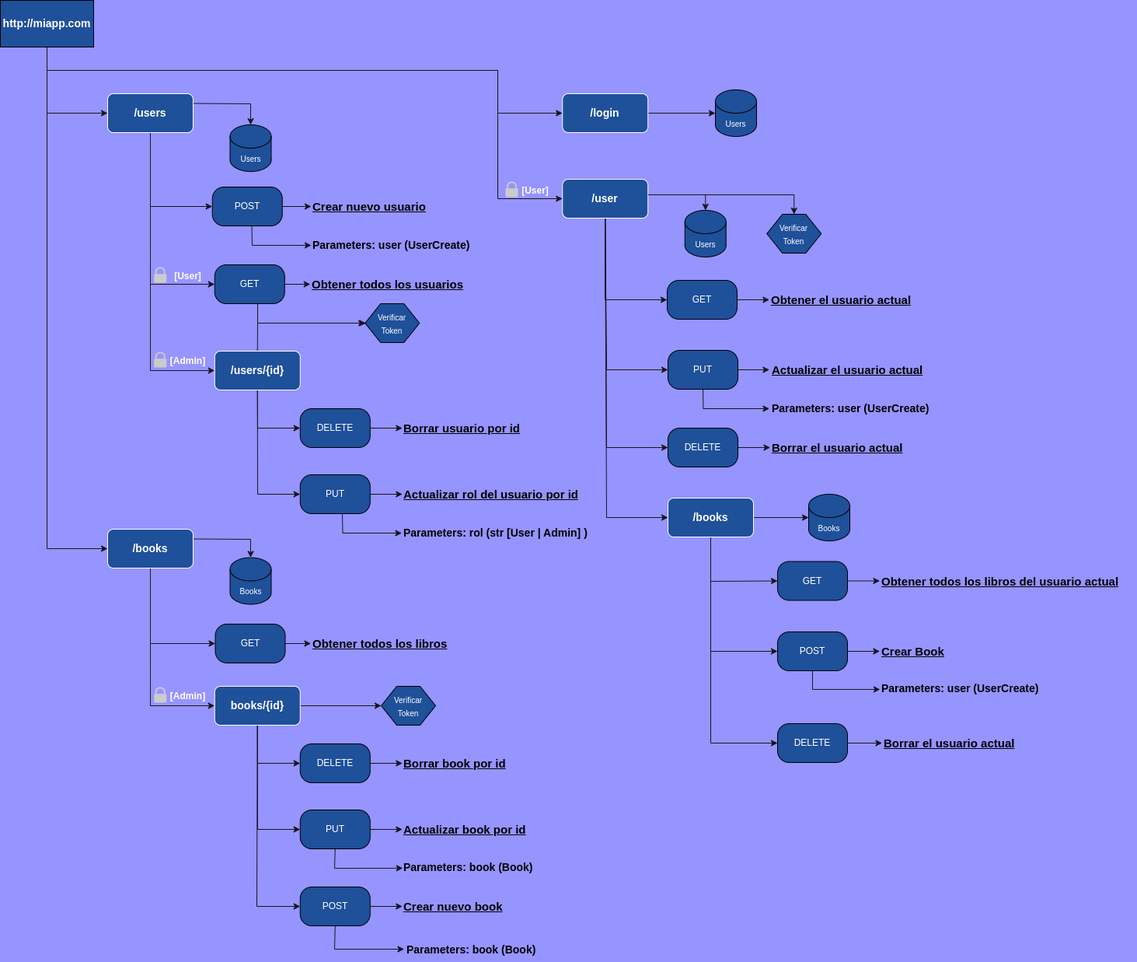
This is app/diagram.drawio.png from Jav-mol/api_users, a draw.io export, as it was before one commit. Source tidied: cells renumbered, new cells last; positions are measured from the earlier drawing's top-left corner, leaving out a move shared by most shapes.
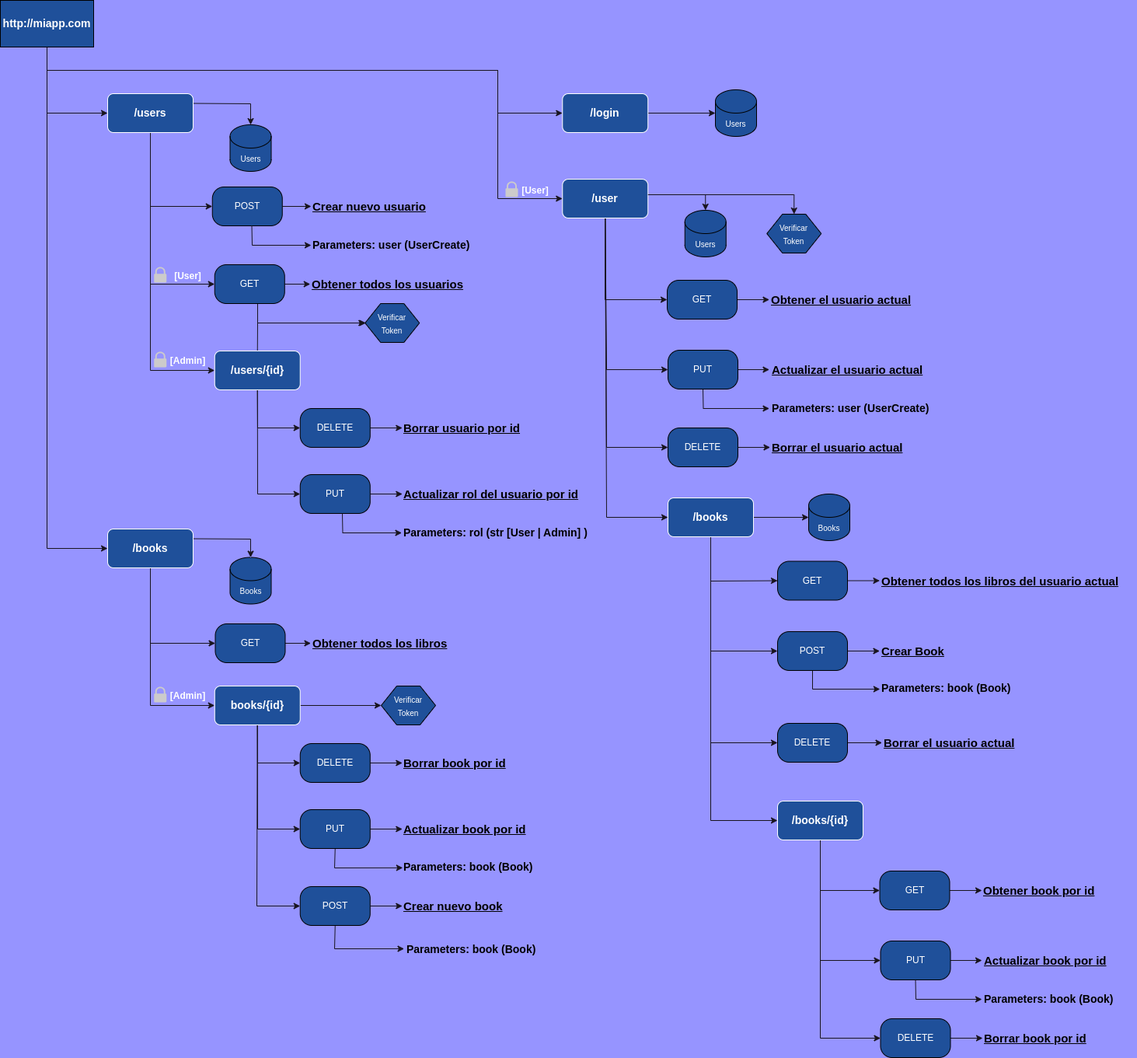
Above is the later version.

Commit message:
diagram end

The edit, as a diff of the source:
```diff
@@ -429,6 +429,13 @@
         </Array>
       </mxGeometry>
     </mxCell>
+    <mxCell id="110" style="edgeStyle=none;rounded=0;html=1;exitX=0.5;exitY=1;exitDx=0;exitDy=0;entryX=0;entryY=0.5;entryDx=0;entryDy=0;strokeColor=#18141D;" parent="1" edge="1" source="97" target="114">
+      <mxGeometry relative="1" as="geometry">
+        <Array as="points">
+          <mxPoint x="914" y="1055" />
+        </Array>
+      </mxGeometry>
+    </mxCell>
     <mxCell id="97" value="&lt;font style=&quot;font-size: 14px;&quot;&gt;&lt;b&gt;/books&lt;/b&gt;&lt;/font&gt;" style="rounded=1;whiteSpace=wrap;html=1;strokeColor=#FFFFFF;fillColor=#1F509A;fontColor=#FFFFFF;" parent="1" vertex="1">
       <mxGeometry x="859" y="640" width="110" height="50" as="geometry" />
     </mxCell>
@@ -469,8 +476,72 @@
     <mxCell id="108" value="&lt;u style=&quot;font-size: 15px;&quot;&gt;&lt;b style=&quot;font-size: 15px;&quot;&gt;Borrar el usuario actual&lt;/b&gt;&lt;/u&gt;" style="text;html=1;align=left;verticalAlign=middle;points=[];strokeColor=none;fillColor=none;fontSize=15;" parent="1" vertex="1">
       <mxGeometry x="1134.5" y="940" width="190" height="30" as="geometry" />
     </mxCell>
-    <mxCell id="109" value="&lt;b&gt;Parameters: user (UserCreate)&lt;/b&gt;" style="text;html=1;align=left;verticalAlign=middle;points=[];strokeColor=none;fillColor=none;fontSize=14;" parent="1" vertex="1">
-      <mxGeometry x="1131.5" y="870" width="230" height="30" as="geometry" />
+    <mxCell id="109" value="&lt;b&gt;Parameters: book (Book)&lt;/b&gt;" style="text;html=1;align=left;verticalAlign=middle;points=[];strokeColor=none;fillColor=none;fontSize=14;" parent="1" vertex="1">
+      <mxGeometry x="1131.5" y="870" width="190" height="30" as="geometry" />
     </mxCell>
+    <mxCell id="111" style="edgeStyle=none;rounded=0;html=1;exitX=0.5;exitY=1;exitDx=0;exitDy=0;entryX=0;entryY=0.5;entryDx=0;entryDy=0;strokeColor=#18141D;" parent="1" edge="1" source="114" target="117">
+      <mxGeometry relative="1" as="geometry">
+        <Array as="points">
+          <mxPoint x="1055" y="1145" />
+        </Array>
+      </mxGeometry>
+    </mxCell>
+    <mxCell id="112" style="edgeStyle=none;rounded=0;html=1;exitX=0.5;exitY=1;exitDx=0;exitDy=0;entryX=0;entryY=0.5;entryDx=0;entryDy=0;strokeColor=#18141D;" parent="1" edge="1" source="114" target="121">
+      <mxGeometry relative="1" as="geometry">
+        <Array as="points">
+          <mxPoint x="1055" y="1235" />
+        </Array>
+      </mxGeometry>
+    </mxCell>
+    <mxCell id="113" style="edgeStyle=none;rounded=0;html=1;exitX=0.5;exitY=1;exitDx=0;exitDy=0;entryX=0;entryY=0.5;entryDx=0;entryDy=0;strokeColor=#18141D;" parent="1" edge="1" source="114" target="125">
+      <mxGeometry relative="1" as="geometry">
+        <Array as="points">
+          <mxPoint x="1055" y="1335" />
+        </Array>
+      </mxGeometry>
+    </mxCell>
+    <mxCell id="114" value="&lt;font style=&quot;font-size: 14px;&quot;&gt;&lt;b&gt;/books/{id}&lt;/b&gt;&lt;/font&gt;" style="rounded=1;whiteSpace=wrap;html=1;strokeColor=#FFFFFF;fillColor=#1F509A;fontColor=#FFFFFF;" parent="1" vertex="1">
+      <mxGeometry x="1000" y="1030" width="110" height="50" as="geometry" />
+    </mxCell>
+    <mxCell id="115" value="&lt;u style=&quot;font-size: 15px;&quot;&gt;&lt;b style=&quot;font-size: 15px;&quot;&gt;Obtener book por id&lt;/b&gt;&lt;/u&gt;" style="text;html=1;align=left;verticalAlign=middle;points=[];strokeColor=none;fillColor=none;fontSize=15;" parent="1" vertex="1">
+      <mxGeometry x="1263" y="1130" width="170" height="30" as="geometry" />
+    </mxCell>
+    <mxCell id="116" style="edgeStyle=none;rounded=0;html=1;strokeColor=#18141D;fontSize=14;" parent="1" edge="1" source="117" target="115">
+      <mxGeometry relative="1" as="geometry" />
+    </mxCell>
+    <mxCell id="117" value="GET" style="rounded=1;whiteSpace=wrap;html=1;arcSize=30;fillColor=#1F509A;fontColor=#FFFFFF;" parent="1" vertex="1">
+      <mxGeometry x="1131.5" y="1120" width="90" height="50" as="geometry" />
+    </mxCell>
+    <mxCell id="118" value="&lt;u style=&quot;font-size: 15px;&quot;&gt;&lt;b style=&quot;font-size: 15px;&quot;&gt;Actualizar book por id&lt;/b&gt;&lt;/u&gt;" style="text;html=1;align=left;verticalAlign=middle;strokeColor=none;fillColor=none;fontSize=15;" parent="1" vertex="1">
+      <mxGeometry x="1264" y="1220" width="180" height="30" as="geometry" />
+    </mxCell>
+    <mxCell id="119" style="edgeStyle=none;html=1;exitX=1;exitY=0.5;exitDx=0;exitDy=0;strokeColor=#18141D;fontColor=#FFFFFF;" parent="1" edge="1" source="121">
+      <mxGeometry relative="1" as="geometry">
+        <mxPoint x="1263" y="1235" as="targetPoint" />
+      </mxGeometry>
+    </mxCell>
+    <mxCell id="120" style="edgeStyle=none;rounded=0;html=1;exitX=0.5;exitY=1;exitDx=0;exitDy=0;strokeColor=#18141D;fontSize=14;" parent="1" edge="1" source="121">
+      <mxGeometry relative="1" as="geometry">
+        <mxPoint x="1263" y="1285" as="targetPoint" />
+        <Array as="points">
+          <mxPoint x="1178" y="1285" />
+        </Array>
+      </mxGeometry>
+    </mxCell>
+    <mxCell id="121" value="PUT" style="rounded=1;whiteSpace=wrap;html=1;arcSize=30;fillColor=#1F509A;fontColor=#FFFFFF;" parent="1" vertex="1">
+      <mxGeometry x="1132.5" y="1210" width="90" height="50" as="geometry" />
+    </mxCell>
+    <mxCell id="122" value="&lt;b&gt;Parameters: book (Book)&lt;/b&gt;" style="text;html=1;align=left;verticalAlign=middle;strokeColor=none;fillColor=none;fontSize=14;" parent="1" vertex="1">
+      <mxGeometry x="1264" y="1270" width="190" height="30" as="geometry" />
+    </mxCell>
+    <mxCell id="123" value="&lt;u style=&quot;font-size: 15px;&quot;&gt;&lt;b style=&quot;font-size: 15px;&quot;&gt;Borrar book por id&lt;/b&gt;&lt;/u&gt;" style="text;html=1;align=left;verticalAlign=middle;points=[];strokeColor=none;fillColor=none;fontSize=15;" parent="1" vertex="1">
+      <mxGeometry x="1264" y="1320" width="160" height="30" as="geometry" />
+    </mxCell>
+    <mxCell id="124" style="edgeStyle=none;rounded=0;html=1;strokeColor=#18141D;fontSize=14;" parent="1" edge="1" source="125" target="123">
+      <mxGeometry relative="1" as="geometry" />
+    </mxCell>
+    <mxCell id="125" value="DELETE" style="rounded=1;whiteSpace=wrap;html=1;arcSize=30;fillColor=#1F509A;fontColor=#FFFFFF;" parent="1" vertex="1">
+      <mxGeometry x="1132.5" y="1310" width="90" height="50" as="geometry" />
+    </mxCell>
   </root>
 </mxGraphModel>
```
